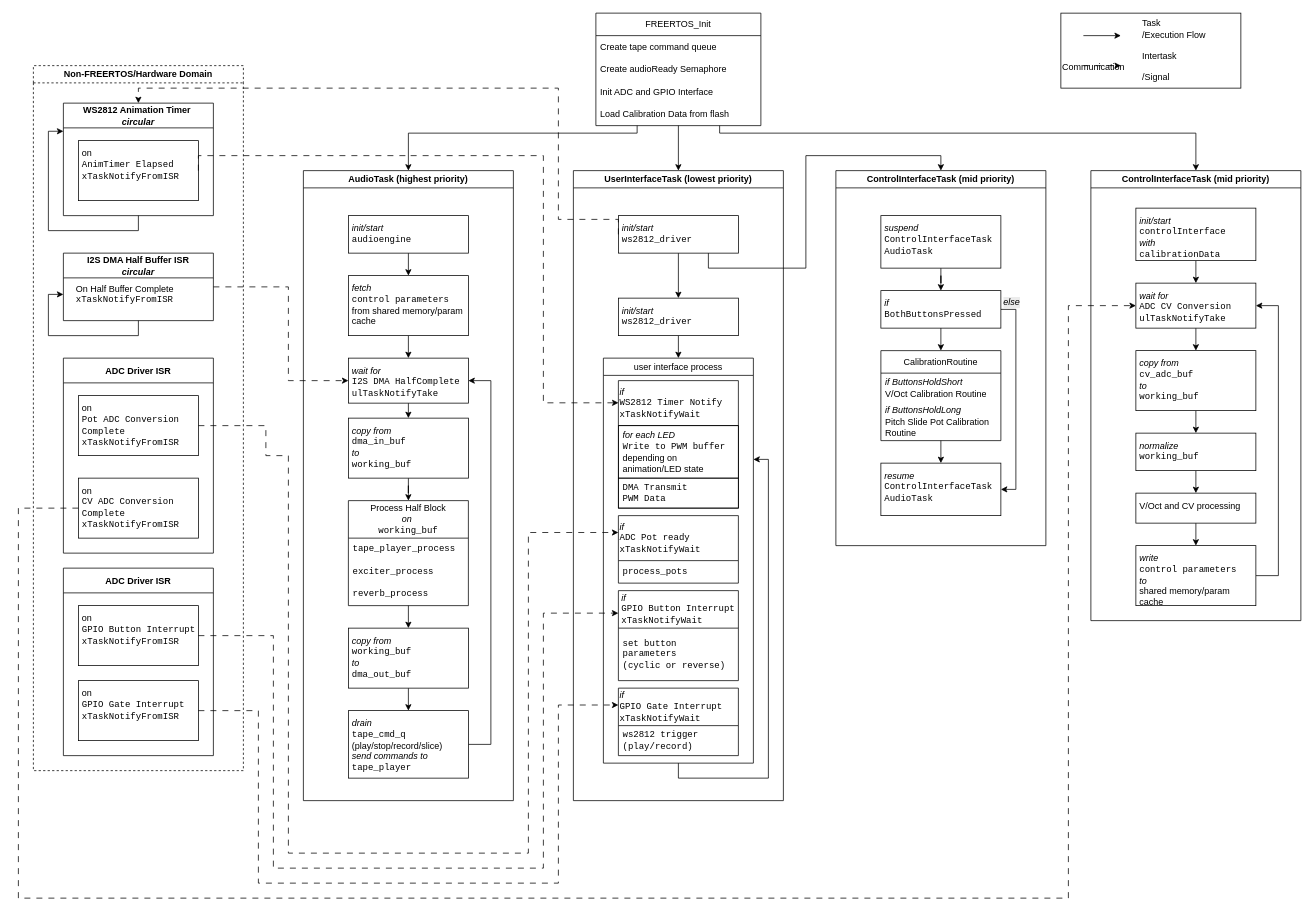
95lux/aware01 keeps this draw.io diagram as docs/ba/diagrams/freertos_flow_diagram.drawio. Above is the earlier version. Source tidied: cells renumbered, new cells numbered last; positions are measured from the earlier drawing's top-left corner, leaving out a move shared by most shapes. Both pictures are drawn from the tidied source at 75%, with x=0, y=0 at pixel (18, 13).
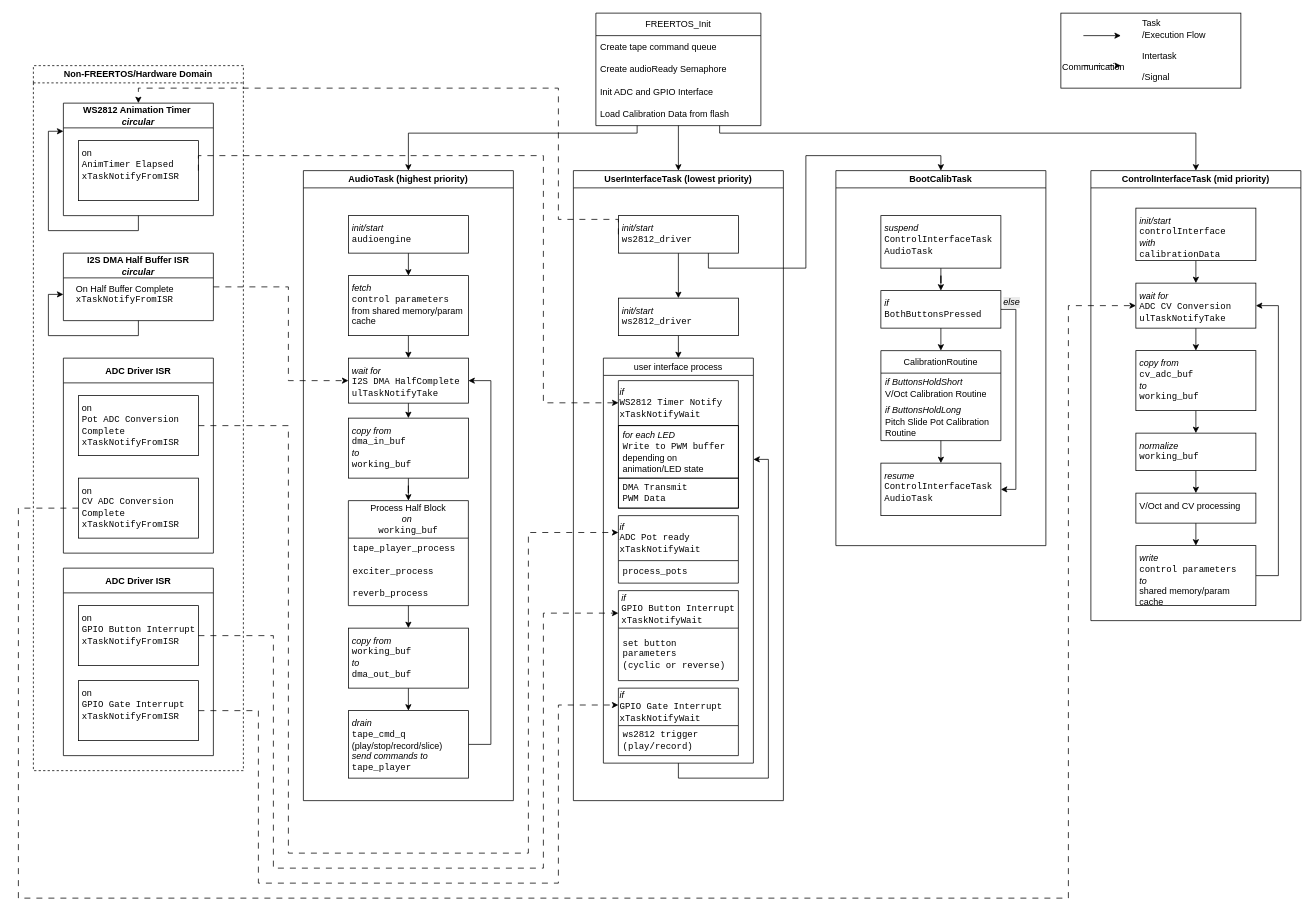
Above is the later version.

Unchanged cells that the change refers to:
```xml
<mxCell id="37" value="&lt;div style=&quot;&quot;&gt;&lt;i&gt;if&amp;nbsp;&lt;/i&gt;&lt;/div&gt;&lt;div style=&quot;&quot;&gt;&lt;font face=&quot;Courier New&quot;&gt;ADC Pot ready&lt;/font&gt;&lt;/div&gt;&lt;div style=&quot;&quot;&gt;&lt;font face=&quot;Courier New&quot;&gt;xTaskNotifyWait&lt;/font&gt;&lt;/div&gt;" style="swimlane;fontStyle=0;horizontal=1;startSize=60;whiteSpace=wrap;html=1;fontFamily=Latin Modern;align=left;" parent="34" vertex="1">
  <mxGeometry x="20" y="210" width="160" height="90" as="geometry" />
</mxCell>
<mxCell id="64" value="&lt;div style=&quot;&quot;&gt;on&amp;nbsp;&lt;/div&gt;&lt;div style=&quot;&quot;&gt;&lt;font face=&quot;Courier New&quot;&gt;Pot ADC&amp;nbsp;&lt;span style=&quot;background-color: transparent; color: light-dark(rgb(0, 0, 0), rgb(255, 255, 255));&quot;&gt;Conversion Complete&lt;/span&gt;&lt;/font&gt;&lt;/div&gt;&lt;div style=&quot;&quot;&gt;&lt;span style=&quot;font-family: &amp;quot;Courier New&amp;quot;; background-color: transparent; color: light-dark(rgb(0, 0, 0), rgb(255, 255, 255));&quot;&gt;xTaskNotifyFromISR&lt;/span&gt;&lt;/div&gt;" style="rounded=0;whiteSpace=wrap;html=1;align=left;verticalAlign=top;spacingLeft=0;spacing=5;fontFamily=Latin Modern;" parent="62" vertex="1">
  <mxGeometry x="20" y="50" width="160" height="80" as="geometry" />
</mxCell>
```

Diff of the diagram source:
```diff
@@
     <mxCell id="75" style="edgeStyle=orthogonalEdgeStyle;rounded=0;jettySize=auto;html=1;exitX=1;exitY=0.5;exitDx=0;exitDy=0;entryX=0;entryY=0.25;entryDx=0;entryDy=0;dashed=1;dashPattern=8 8;" parent="1" edge="1" source="64" target="37">
       <mxGeometry relative="1" as="geometry">
         <Array as="points">
-          <mxPoint x="330" y="550" />
-          <mxPoint x="330" y="590" />
-          <mxPoint x="360" y="590" />
+          <mxPoint x="360" y="550" />
           <mxPoint x="360" y="1120" />
           <mxPoint x="680" y="1120" />
-          <mxPoint x="680" y="692" />
+          <mxPoint x="680" y="693" />
         </Array>
       </mxGeometry>
     </mxCell>
@@
-    <mxCell id="84" value="&lt;strong&gt;ControlInterfaceTask (mid priority)&lt;/strong&gt;" style="swimlane;whiteSpace=wrap;html=1;fontFamily=Latin Modern;" parent="1" vertex="1">
+    <mxCell id="84" value="BootCalibTask" style="swimlane;whiteSpace=wrap;html=1;fontFamily=Latin Modern;" parent="1" vertex="1">
       <mxGeometry x="1090" y="210" width="280" height="500" as="geometry" />
     </mxCell>
```
